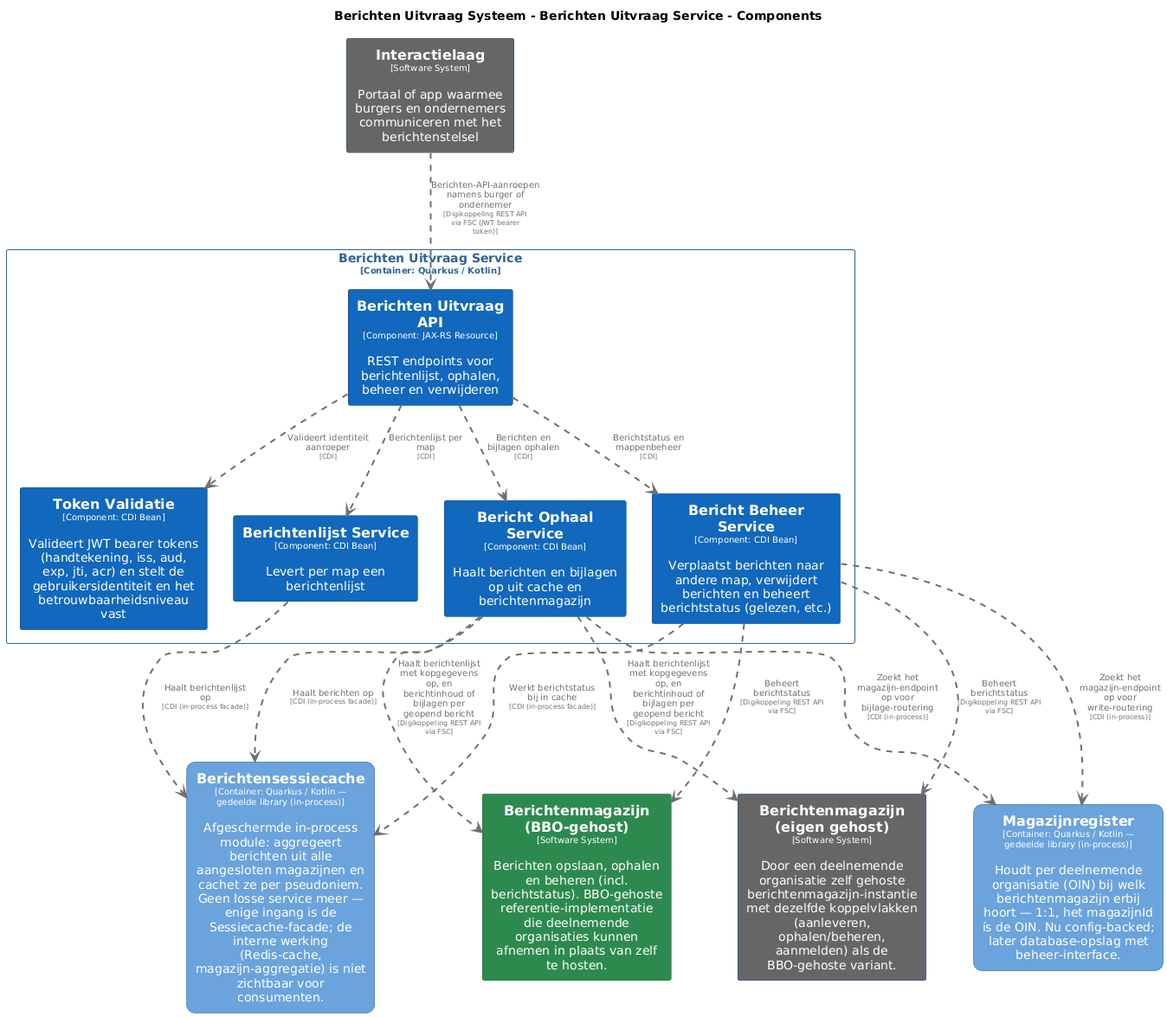
This is master/png/BerichtenUitvraagServiceComponenten.png from MinBZK/moza-poc-fbs-berichtenbox, a PlantUML export, as it was before one commit.
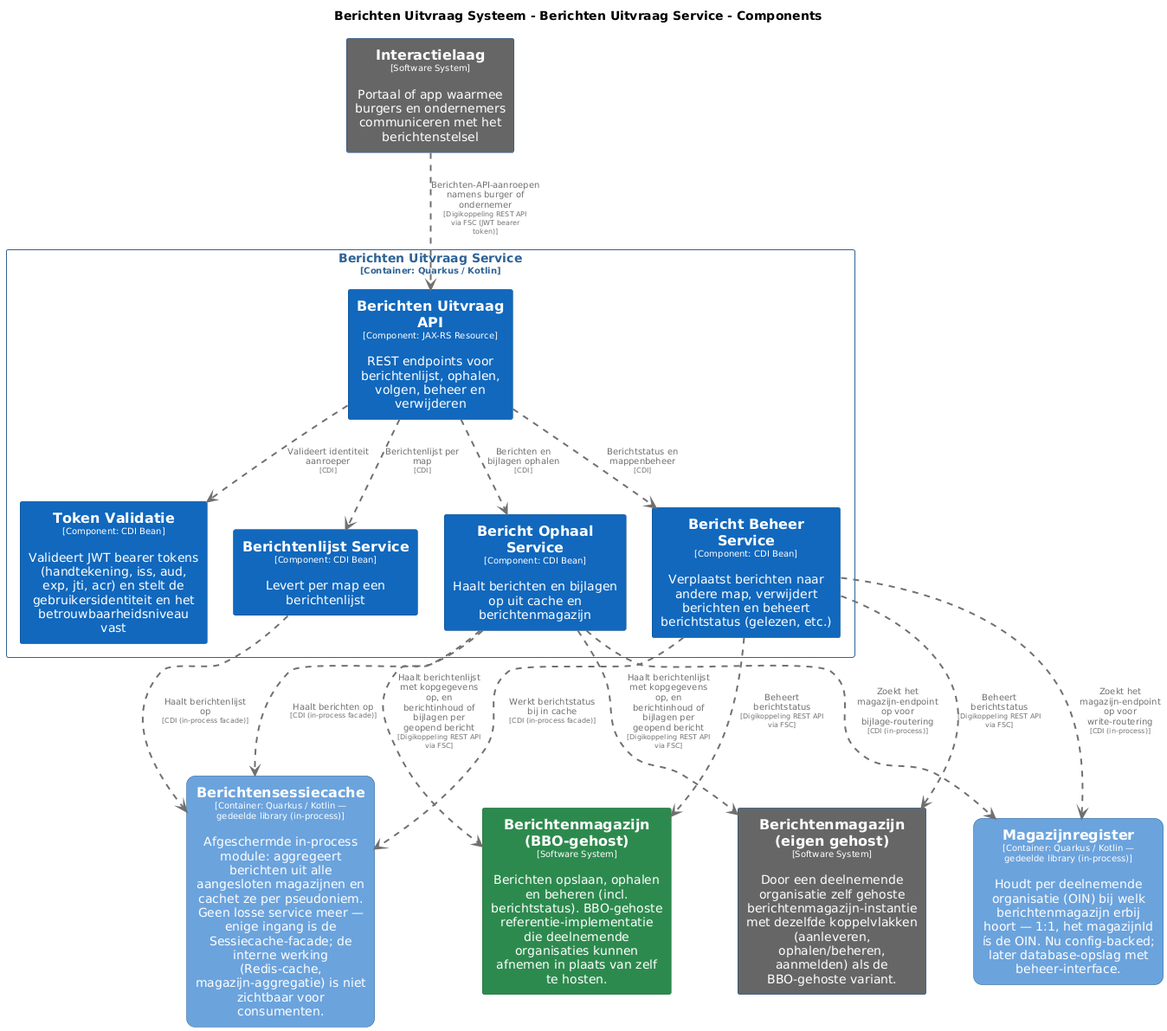
After the commit.

Change to the diagram source:
```diff
@@ -90,7 +90,7 @@
 rectangle "==Magazijnregister\n<size:10>[Container: Quarkus / Kotlin — gedeelde library (in-process)]</size>\n\nHoudt per deelnemende organisatie (OIN) bij welk berichtenmagazijn erbij hoort — 1:1, het magazijnId ís de OIN. Nu config-backed; later database-opslag met beheer-interface." <<BerichtenUitvraagSysteem.Magazijnregister>> as BerichtenUitvraagSysteem.Magazijnregister
 
 rectangle "Berichten Uitvraag Service\n<size:10>[Container: Quarkus / Kotlin]</size>" <<BerichtenUitvraagSysteem.BerichtenUitvraagService>> {
-  rectangle "==Berichten Uitvraag API\n<size:10>[Component: JAX-RS Resource]</size>\n\nREST endpoints voor berichtenlijst, ophalen, beheer en verwijderen" <<BerichtenUitvraagSysteem.BerichtenUitvraagService.BerichtenUitvraagAPI>> as BerichtenUitvraagSysteem.BerichtenUitvraagService.BerichtenUitvraagAPI
+  rectangle "==Berichten Uitvraag API\n<size:10>[Component: JAX-RS Resource]</size>\n\nREST endpoints voor berichtenlijst, ophalen, volgen, beheer en verwijderen" <<BerichtenUitvraagSysteem.BerichtenUitvraagService.BerichtenUitvraagAPI>> as BerichtenUitvraagSysteem.BerichtenUitvraagService.BerichtenUitvraagAPI
   rectangle "==Token Validatie\n<size:10>[Component: CDI Bean]</size>\n\nValideert JWT bearer tokens (handtekening, iss, aud, exp, jti, acr) en stelt de gebruikersidentiteit en het betrouwbaarheidsniveau vast" <<BerichtenUitvraagSysteem.BerichtenUitvraagService.TokenValidatie>> as BerichtenUitvraagSysteem.BerichtenUitvraagService.TokenValidatie
   rectangle "==Berichtenlijst Service\n<size:10>[Component: CDI Bean]</size>\n\nLevert per map een berichtenlijst" <<BerichtenUitvraagSysteem.BerichtenUitvraagService.BerichtenlijstService>> as BerichtenUitvraagSysteem.BerichtenUitvraagService.BerichtenlijstService
   rectangle "==Bericht Ophaal Service\n<size:10>[Component: CDI Bean]</size>\n\nHaalt berichten en bijlagen op uit cache en berichtenmagazijn" <<BerichtenUitvraagSysteem.BerichtenUitvraagService.BerichtOphaalService>> as BerichtenUitvraagSysteem.BerichtenUitvraagService.BerichtOphaalService
```
